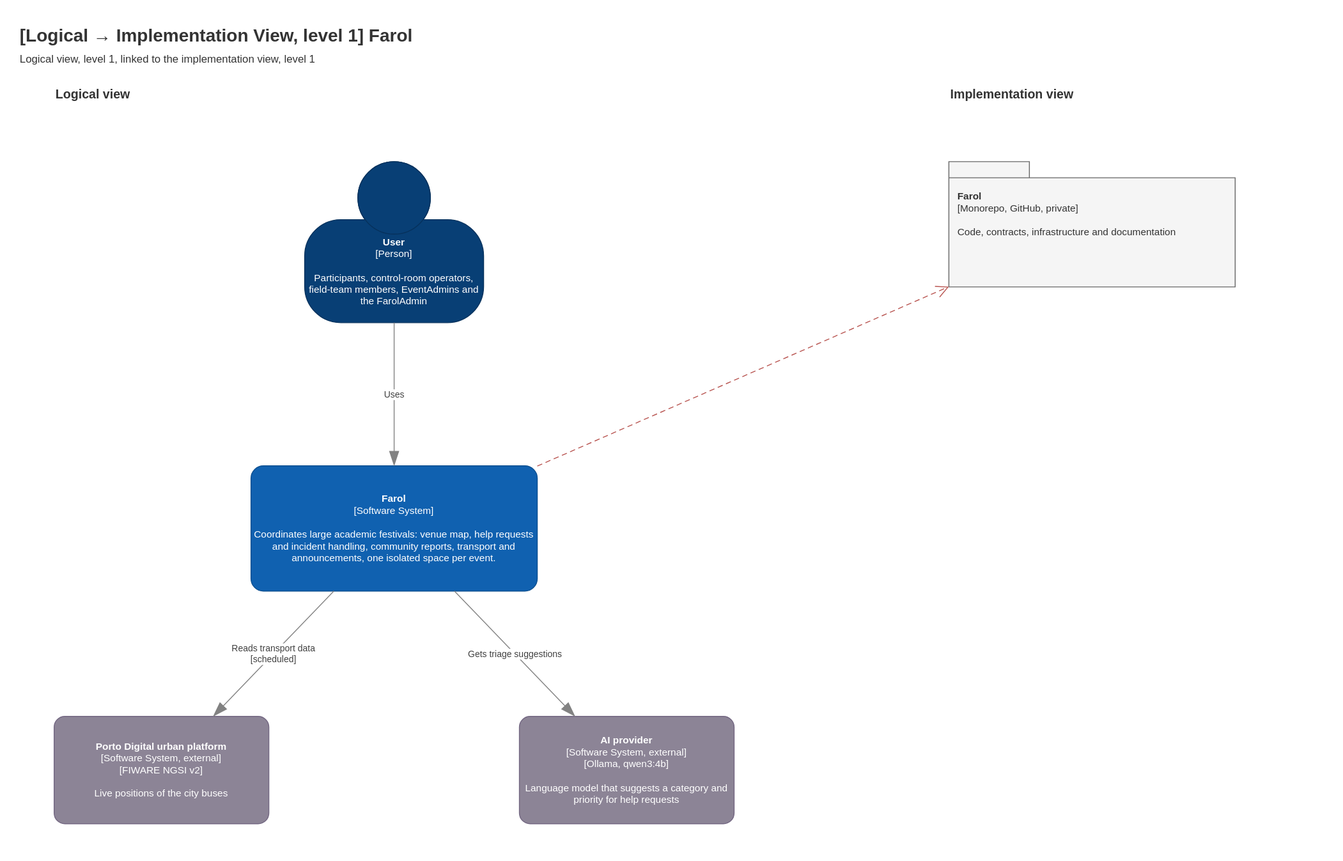
Above: Docs/Technical/diagrams/mapping-logical-implementation-level-1.drawio.svg in tomasoliveira21/LABDSOF (draw.io), before the change. Source tidied: cells renumbered, new cells last; positions are measured from the earlier drawing's top-left corner, leaving out a move shared by most shapes.
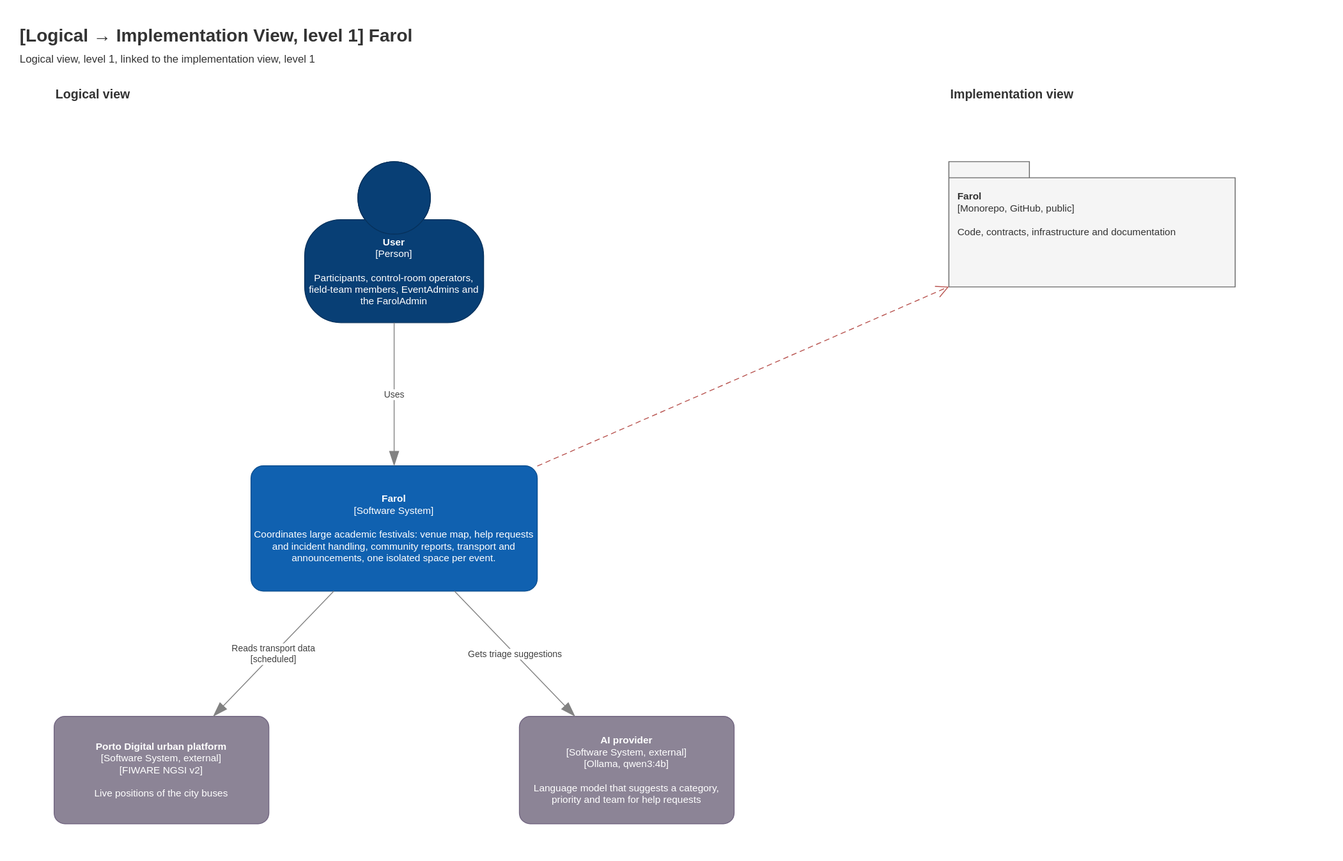
After the commit.

The edit, as a diff of the source:
```diff
@@ -20,7 +20,7 @@
     <mxCell id="7" value="&lt;b&gt;Porto Digital urban platform&lt;/b&gt;&lt;div&gt;[Software System, external]&lt;/div&gt;&lt;div&gt;[FIWARE NGSI v2]&lt;/div&gt;&lt;br&gt;&lt;div&gt;Live positions of the city buses&lt;/div&gt;" style="rounded=1;whiteSpace=wrap;html=1;labelBackgroundColor=none;fillColor=#8C8496;fontColor=#ffffff;align=center;arcSize=10;strokeColor=#736782;fontSize=11;" parent="1" vertex="1">
       <mxGeometry x="40" y="780" width="240" height="120" as="geometry" />
     </mxCell>
-    <mxCell id="8" value="&lt;b&gt;AI provider&lt;/b&gt;&lt;div&gt;[Software System, external]&lt;/div&gt;&lt;div&gt;[Ollama, qwen3:4b]&lt;/div&gt;&lt;br&gt;&lt;div&gt;Language model that suggests a category and priority for help requests&lt;/div&gt;" style="rounded=1;whiteSpace=wrap;html=1;labelBackgroundColor=none;fillColor=#8C8496;fontColor=#ffffff;align=center;arcSize=10;strokeColor=#736782;fontSize=11;" parent="1" vertex="1">
+    <mxCell id="8" value="&lt;b&gt;AI provider&lt;/b&gt;&lt;div&gt;[Software System, external]&lt;/div&gt;&lt;div&gt;[Ollama, qwen3:4b]&lt;/div&gt;&lt;br&gt;&lt;div&gt;Language model that suggests a category, priority and team for help requests&lt;/div&gt;" style="rounded=1;whiteSpace=wrap;html=1;labelBackgroundColor=none;fillColor=#8C8496;fontColor=#ffffff;align=center;arcSize=10;strokeColor=#736782;fontSize=11;" parent="1" vertex="1">
       <mxGeometry x="560" y="780" width="240" height="120" as="geometry" />
     </mxCell>
     <mxCell id="9" value="Uses" style="endArrow=blockThin;html=1;fontSize=10;fontColor=#404040;endFill=1;strokeColor=#828282;endSize=14;rounded=0;labelBackgroundColor=#ffffff;" parent="1" edge="1" source="5" target="6">
@@ -32,7 +32,7 @@
     <mxCell id="11" value="Gets triage suggestions" style="endArrow=blockThin;html=1;fontSize=10;fontColor=#404040;endFill=1;strokeColor=#828282;endSize=14;rounded=0;labelBackgroundColor=#ffffff;" parent="1" edge="1" source="6" target="8">
       <mxGeometry relative="1" as="geometry" />
     </mxCell>
-    <mxCell id="12" value="&lt;b&gt;Farol&lt;/b&gt;&lt;br&gt;[Monorepo, GitHub, private]&lt;br&gt;&lt;br&gt;Code, contracts, infrastructure and documentation" style="shape=folder;tabWidth=90;tabHeight=18;tabPosition=left;whiteSpace=wrap;html=1;fillColor=#f5f5f5;strokeColor=#666666;fontColor=#333333;verticalAlign=top;align=left;spacing=10;spacingTop=18;fontSize=11;" parent="1" vertex="1">
+    <mxCell id="12" value="&lt;b&gt;Farol&lt;/b&gt;&lt;br&gt;[Monorepo, GitHub, public]&lt;br&gt;&lt;br&gt;Code, contracts, infrastructure and documentation" style="shape=folder;tabWidth=90;tabHeight=18;tabPosition=left;whiteSpace=wrap;html=1;fillColor=#f5f5f5;strokeColor=#666666;fontColor=#333333;verticalAlign=top;align=left;spacing=10;spacingTop=18;fontSize=11;" parent="1" vertex="1">
       <mxGeometry x="1040" y="160" width="320" height="140" as="geometry" />
     </mxCell>
     <mxCell id="13" style="endArrow=open;dashed=1;dashPattern=6 4;html=1;fontSize=10;fontColor=#404040;strokeColor=#B85450;endSize=12;rounded=0;labelBackgroundColor=#ffffff;" parent="1" edge="1" source="6" target="12">
```
